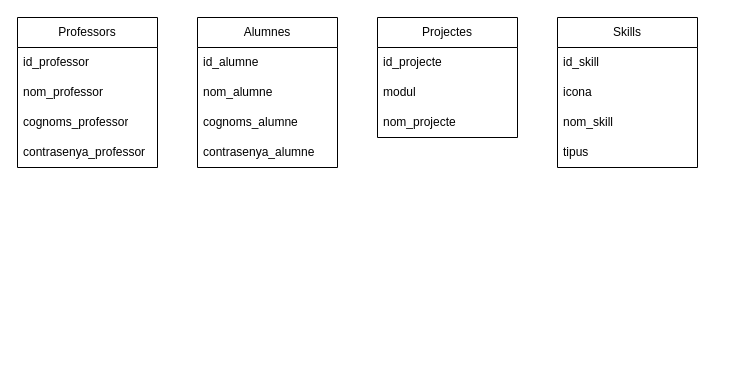
Before: Micro02-BBDD.drawio in MiguelGallardoRevaliente/Micro02, a draw.io diagram. Source tidied: cells renumbered, new cells numbered last; positions are measured from the earlier drawing's top-left corner, leaving out a move shared by most shapes. Both pictures are drawn from the tidied source at 100%, with x=0, y=0 at pixel (17, 17).
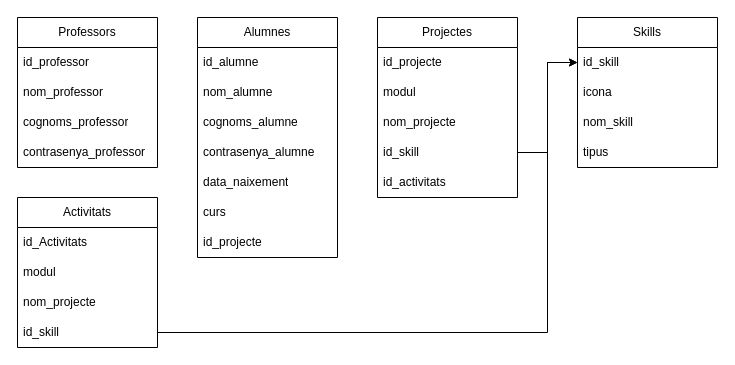
The same page after the edit.

The change refers to these unchanged cells:
```xml
<mxCell id="17" value="id_skill" style="text;strokeColor=none;fillColor=none;align=left;verticalAlign=middle;spacingLeft=4;spacingRight=4;overflow=hidden;points=[[0,0.5],[1,0.5]];portConstraint=eastwest;whiteSpace=wrap;html=1;" parent="16" vertex="1">
  <mxGeometry y="30" width="140" height="30" as="geometry" />
</mxCell>
```

The edit, as a diff of the source:
```diff
@@
     <mxCell id="7" value="Alumnes" style="swimlane;fontStyle=0;horizontal=1;startSize=30;whiteSpace=wrap;html=1;" parent="1" vertex="1">
-      <mxGeometry x="180" width="140" height="150" as="geometry" />
+      <mxGeometry x="180" width="140" height="240" as="geometry" />
     </mxCell>
@@
+    <mxCell id="21" value="data_naixement" style="text;strokeColor=none;fillColor=none;align=left;verticalAlign=middle;spacingLeft=4;spacingRight=4;overflow=hidden;whiteSpace=wrap;html=1;" parent="7" vertex="1">
+      <mxGeometry y="150" width="140" height="30" as="geometry" />
+    </mxCell>
+    <mxCell id="22" value="curs" style="text;strokeColor=none;fillColor=none;align=left;verticalAlign=middle;spacingLeft=4;spacingRight=4;overflow=hidden;whiteSpace=wrap;html=1;" parent="7" vertex="1">
+      <mxGeometry y="180" width="140" height="30" as="geometry" />
+    </mxCell>
+    <mxCell id="23" value="id_projecte" style="text;strokeColor=none;fillColor=none;align=left;verticalAlign=middle;spacingLeft=4;spacingRight=4;overflow=hidden;whiteSpace=wrap;html=1;" parent="7" vertex="1">
+      <mxGeometry y="210" width="140" height="30" as="geometry" />
+    </mxCell>
     <mxCell id="12" value="Projectes" style="swimlane;fontStyle=0;horizontal=1;startSize=30;whiteSpace=wrap;html=1;" parent="1" vertex="1">
-      <mxGeometry x="360" width="140" height="120" as="geometry" />
+      <mxGeometry x="360" width="140" height="180" as="geometry" />
     </mxCell>
@@
+    <mxCell id="24" value="id_skill" style="text;strokeColor=none;fillColor=none;align=left;verticalAlign=middle;spacingLeft=4;spacingRight=4;overflow=hidden;points=[[0,0.5],[1,0.5]];portConstraint=eastwest;whiteSpace=wrap;html=1;" parent="12" vertex="1">
+      <mxGeometry y="120" width="140" height="30" as="geometry" />
+    </mxCell>
+    <mxCell id="25" value="id_activitats" style="text;strokeColor=none;fillColor=none;align=left;verticalAlign=middle;spacingLeft=4;spacingRight=4;overflow=hidden;whiteSpace=wrap;html=1;" parent="12" vertex="1">
+      <mxGeometry y="150" width="140" height="30" as="geometry" />
+    </mxCell>
     <mxCell id="16" value="Skills" style="swimlane;fontStyle=0;horizontal=1;startSize=30;whiteSpace=wrap;html=1;" parent="1" vertex="1">
-      <mxGeometry x="540" width="140" height="150" as="geometry" />
+      <mxGeometry x="560" width="140" height="150" as="geometry" />
     </mxCell>
@@
+    <mxCell id="26" style="edgeStyle=orthogonalEdgeStyle;rounded=0;jettySize=auto;html=1;exitX=1;exitY=0.5;exitDx=0;exitDy=0;entryX=0;entryY=0.5;entryDx=0;entryDy=0;" parent="1" edge="1" source="24" target="17">
+      <mxGeometry relative="1" as="geometry" />
+    </mxCell>
+    <mxCell id="27" value="Activitats" style="swimlane;fontStyle=0;horizontal=1;startSize=30;whiteSpace=wrap;html=1;" parent="1" vertex="1">
+      <mxGeometry y="180" width="140" height="150" as="geometry" />
+    </mxCell>
+    <mxCell id="28" value="id_Activitats" style="text;strokeColor=none;fillColor=none;align=left;verticalAlign=middle;spacingLeft=4;spacingRight=4;overflow=hidden;whiteSpace=wrap;html=1;" parent="27" vertex="1">
+      <mxGeometry y="30" width="140" height="30" as="geometry" />
+    </mxCell>
+    <mxCell id="29" value="modul" style="text;strokeColor=none;fillColor=none;align=left;verticalAlign=middle;spacingLeft=4;spacingRight=4;overflow=hidden;whiteSpace=wrap;html=1;" parent="27" vertex="1">
+      <mxGeometry y="60" width="140" height="30" as="geometry" />
+    </mxCell>
+    <mxCell id="30" value="nom_projecte" style="text;strokeColor=none;fillColor=none;align=left;verticalAlign=middle;spacingLeft=4;spacingRight=4;overflow=hidden;whiteSpace=wrap;html=1;" parent="27" vertex="1">
+      <mxGeometry y="90" width="140" height="30" as="geometry" />
+    </mxCell>
+    <mxCell id="31" value="id_skill" style="text;strokeColor=none;fillColor=none;align=left;verticalAlign=middle;spacingLeft=4;spacingRight=4;overflow=hidden;points=[[0,0.5],[1,0.5]];portConstraint=eastwest;whiteSpace=wrap;html=1;" parent="27" vertex="1">
+      <mxGeometry y="120" width="140" height="30" as="geometry" />
+    </mxCell>
+    <mxCell id="32" style="edgeStyle=orthogonalEdgeStyle;rounded=0;jettySize=auto;html=1;exitX=1;exitY=0.5;exitDx=0;exitDy=0;entryX=0;entryY=0.5;entryDx=0;entryDy=0;" parent="1" edge="1" source="31" target="17">
+      <mxGeometry relative="1" as="geometry">
+        <Array as="points">
+          <mxPoint x="530" y="315" />
+          <mxPoint x="530" y="45" />
+        </Array>
+      </mxGeometry>
+    </mxCell>
```
